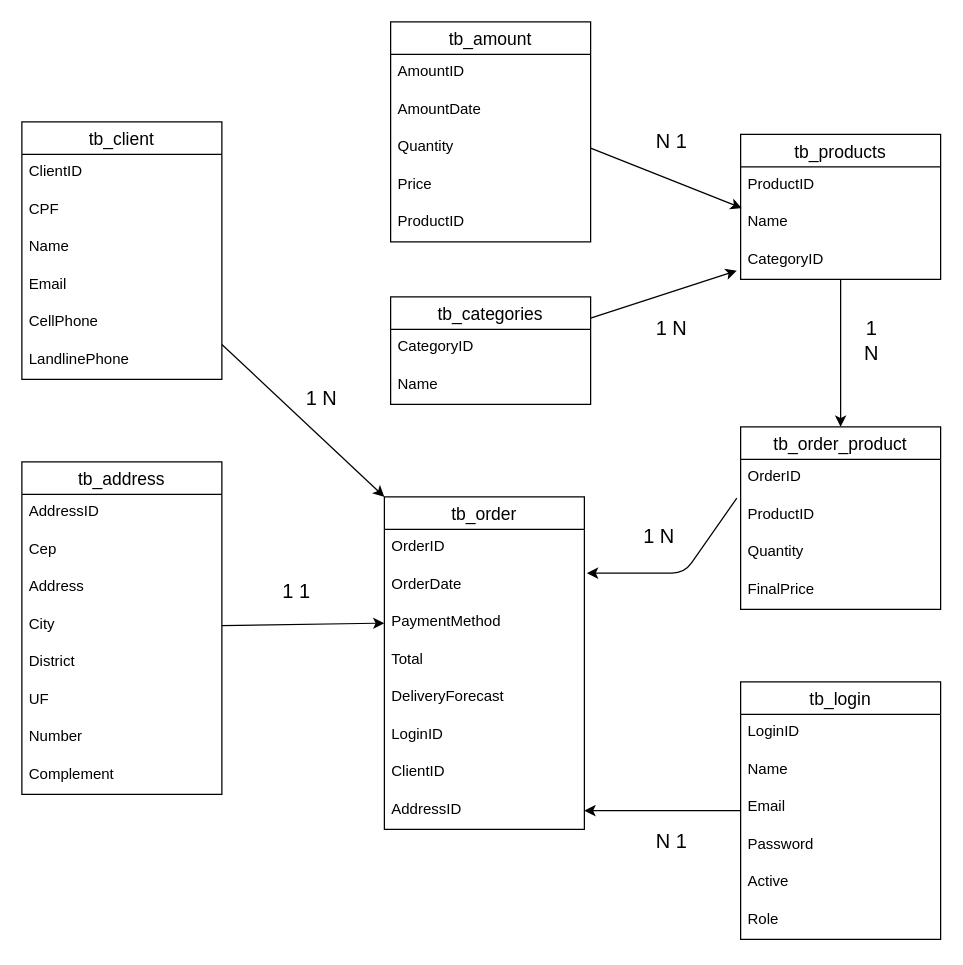
Before: Doc/DB/BD.Drawio in JoaopedroSassi/GoldCS-BackEnd, a draw.io diagram. Source tidied: cells renumbered, new cells numbered last; positions are measured from the earlier drawing's top-left corner, leaving out a move shared by most shapes. Both pictures are drawn from the tidied source at 125%, with x=0, y=0 at pixel (21, 21).
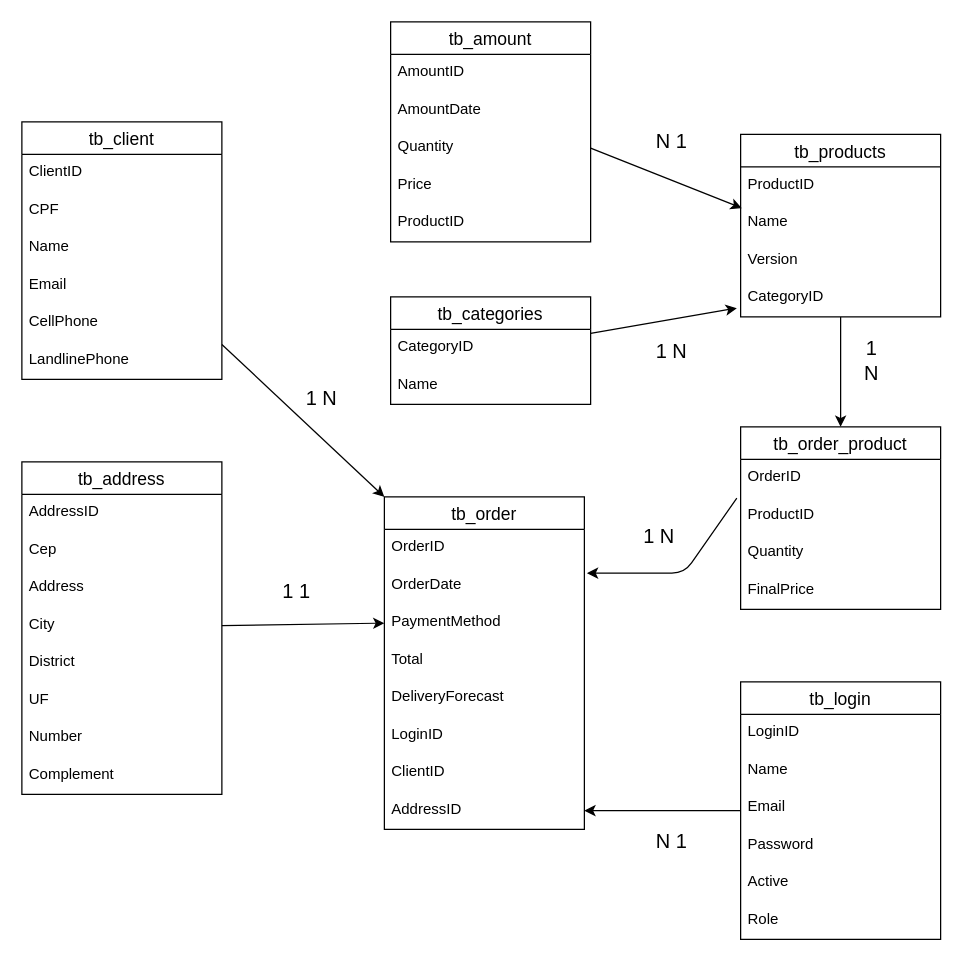
Above is the later version.

The edit, as a diff of the source:
```diff
@@
     <mxCell id="18" value="tb_products" style="swimlane;fontStyle=0;horizontal=1;startSize=26;align=center;fontSize=14;" parent="1" vertex="1">
-      <mxGeometry x="575" y="90" width="160" height="116" as="geometry" />
+      <mxGeometry x="575" y="90" width="160" height="146" as="geometry" />
     </mxCell>
@@
+    <mxCell id="66" value="Version" style="text;strokeColor=none;fillColor=none;spacingLeft=4;spacingRight=4;overflow=hidden;fontSize=12;" parent="18" vertex="1">
+      <mxGeometry y="86" width="160" height="30" as="geometry" />
+    </mxCell>
     <mxCell id="21" value="CategoryID" style="text;strokeColor=none;fillColor=none;spacingLeft=4;spacingRight=4;overflow=hidden;points=[[0,0.5],[1,0.5]];portConstraint=eastwest;fontSize=12;" parent="18" vertex="1">
-      <mxGeometry y="86" width="160" height="30" as="geometry" />
+      <mxGeometry y="116" width="160" height="30" as="geometry" />
     </mxCell>
@@
     <mxCell id="31" value="&lt;font style=&quot;font-size: 16px;&quot;&gt;1&lt;br&gt;N&lt;br&gt;&lt;/font&gt;" style="text;html=1;strokeColor=none;fillColor=none;align=center;verticalAlign=middle;whiteSpace=wrap;rounded=0;" parent="1" vertex="1">
-      <mxGeometry x="650" y="240" width="60" height="30" as="geometry" />
+      <mxGeometry x="650" y="256" width="60" height="30" as="geometry" />
     </mxCell>
@@
     <mxCell id="65" value="&lt;font style=&quot;font-size: 16px;&quot;&gt;1 N&lt;/font&gt;" style="text;html=1;strokeColor=none;fillColor=none;align=center;verticalAlign=middle;whiteSpace=wrap;rounded=0;" parent="1" vertex="1">
-      <mxGeometry x="490" y="230" width="60" height="30" as="geometry" />
+      <mxGeometry x="490" y="248" width="60" height="30" as="geometry" />
     </mxCell>
```
